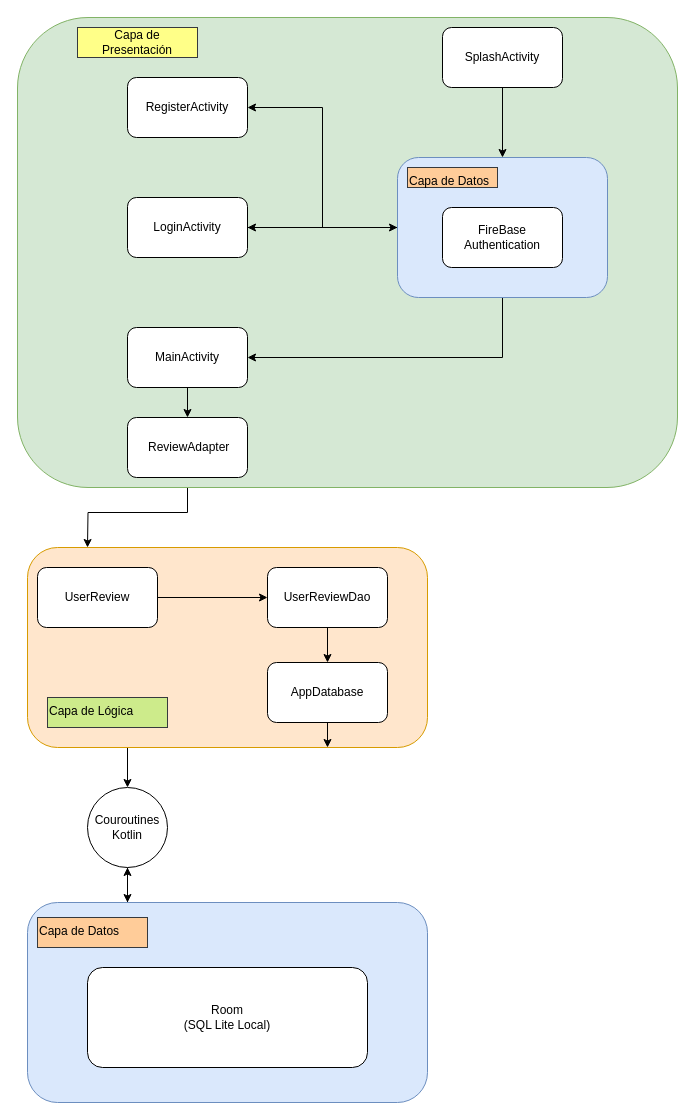
marcosgb9/MyList keeps this draw.io diagram as Diagrama De Clases/Diagrama Arquitectura.drawio. Above is the earlier version. Source tidied: cells renumbered, new cells numbered last; positions are measured from the earlier drawing's top-left corner, leaving out a move shared by most shapes. Both pictures are drawn from the tidied source at 100%, with x=0, y=0 at pixel (17, 17).
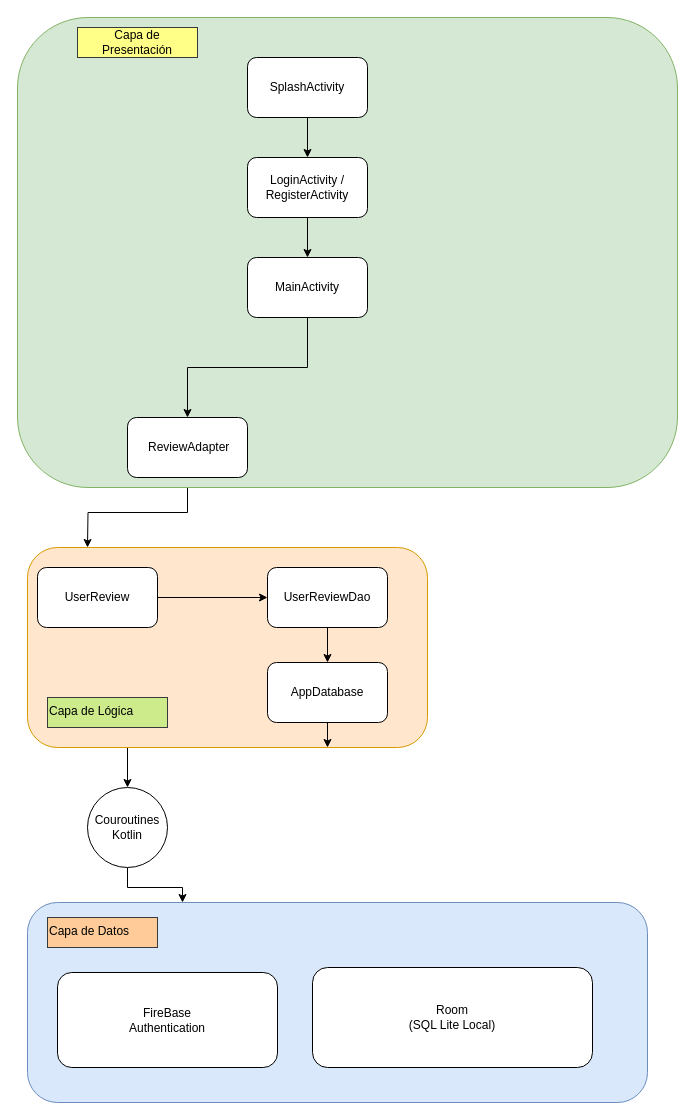
The same diagram, later.

The change refers to these unchanged cells:
```xml
<mxCell id="13" value="Couroutines Kotlin" style="ellipse;whiteSpace=wrap;html=1;" parent="1" vertex="1">
  <mxGeometry x="70" y="770" width="80" height="80" as="geometry" />
</mxCell>
```

The edit, as a diff of the source:
```diff
@@
-    <mxCell id="2" style="edgeStyle=orthogonalEdgeStyle;rounded=0;jettySize=auto;html=1;exitX=0.25;exitY=0;exitDx=0;exitDy=0;entryX=0.5;entryY=1;entryDx=0;entryDy=0;" parent="1" edge="1" source="3" target="13">
-      <mxGeometry relative="1" as="geometry" />
-    </mxCell>
     <mxCell id="3" style="rounded=1;whiteSpace=wrap;html=1;fillColor=#dae8fc;strokeColor=#6c8ebf;" parent="1" vertex="1">
-      <mxGeometry x="10" y="885" width="400" height="200" as="geometry" />
+      <mxGeometry x="10" y="885" width="620" height="200" as="geometry" />
     </mxCell>
@@
     <mxCell id="14" value="Room&lt;div&gt;(SQL Lite Local)&lt;/div&gt;" style="rounded=1;whiteSpace=wrap;html=1;" parent="1" vertex="1">
-      <mxGeometry x="70" y="950" width="280" height="100" as="geometry" />
+      <mxGeometry x="295" y="950" width="280" height="100" as="geometry" />
     </mxCell>
@@
-    <mxCell id="17" style="edgeStyle=orthogonalEdgeStyle;rounded=0;jettySize=auto;html=1;exitX=0.5;exitY=1;exitDx=0;exitDy=0;entryX=0.5;entryY=0;entryDx=0;entryDy=0;" parent="1" edge="1" source="18" target="28">
-      <mxGeometry relative="1" as="geometry" />
-    </mxCell>
+    <mxCell id="34" style="edgeStyle=orthogonalEdgeStyle;rounded=0;jettySize=auto;html=1;exitX=0.5;exitY=1;exitDx=0;exitDy=0;" parent="1" edge="1" source="18" target="24">
+      <mxGeometry relative="1" as="geometry" />
+    </mxCell>
     <mxCell id="18" value="SplashActivity" style="rounded=1;whiteSpace=wrap;html=1;" parent="1" vertex="1">
-      <mxGeometry x="425" y="10" width="120" height="60" as="geometry" />
+      <mxGeometry x="230" y="40" width="120" height="60" as="geometry" />
     </mxCell>
-    <mxCell id="19" value="&lt;div&gt;RegisterActivity&lt;/div&gt;" style="rounded=1;whiteSpace=wrap;html=1;" parent="1" vertex="1">
-      <mxGeometry x="110" y="60" width="120" height="60" as="geometry" />
-    </mxCell>
@@
     <mxCell id="21" value="MainActivity" style="rounded=1;whiteSpace=wrap;html=1;" parent="1" vertex="1">
-      <mxGeometry x="110" y="310" width="120" height="60" as="geometry" />
+      <mxGeometry x="230" y="240" width="120" height="60" as="geometry" />
     </mxCell>
@@
-    <mxCell id="23" style="edgeStyle=orthogonalEdgeStyle;rounded=0;jettySize=auto;html=1;exitX=1;exitY=0.5;exitDx=0;exitDy=0;entryX=0;entryY=0.5;entryDx=0;entryDy=0;" parent="1" edge="1" source="24" target="28">
-      <mxGeometry relative="1" as="geometry" />
-    </mxCell>
+    <mxCell id="35" style="edgeStyle=orthogonalEdgeStyle;rounded=0;jettySize=auto;html=1;exitX=0.5;exitY=1;exitDx=0;exitDy=0;entryX=0.5;entryY=0;entryDx=0;entryDy=0;" parent="1" edge="1" source="24" target="21">
+      <mxGeometry relative="1" as="geometry" />
+    </mxCell>
-    <mxCell id="24" value="LoginActivity" style="rounded=1;whiteSpace=wrap;html=1;" parent="1" vertex="1">
-      <mxGeometry x="110" y="180" width="120" height="60" as="geometry" />
+    <mxCell id="24" value="LoginActivity / RegisterActivity" style="rounded=1;whiteSpace=wrap;html=1;" parent="1" vertex="1">
+      <mxGeometry x="230" y="140" width="120" height="60" as="geometry" />
     </mxCell>
-    <mxCell id="25" style="edgeStyle=orthogonalEdgeStyle;rounded=0;jettySize=auto;html=1;exitX=0.5;exitY=1;exitDx=0;exitDy=0;entryX=1;entryY=0.5;entryDx=0;entryDy=0;" parent="1" edge="1" source="28" target="21">
-      <mxGeometry relative="1" as="geometry" />
-    </mxCell>
-    <mxCell id="26" style="edgeStyle=orthogonalEdgeStyle;rounded=0;jettySize=auto;html=1;exitX=0;exitY=0.5;exitDx=0;exitDy=0;entryX=1;entryY=0.5;entryDx=0;entryDy=0;" parent="1" edge="1" source="28" target="19">
-      <mxGeometry relative="1" as="geometry" />
-    </mxCell>
-    <mxCell id="27" style="edgeStyle=orthogonalEdgeStyle;rounded=0;jettySize=auto;html=1;exitX=0;exitY=0.5;exitDx=0;exitDy=0;entryX=1;entryY=0.5;entryDx=0;entryDy=0;" parent="1" edge="1" source="28" target="24">
-      <mxGeometry relative="1" as="geometry" />
-    </mxCell>
-    <mxCell id="28" style="rounded=1;whiteSpace=wrap;html=1;fillColor=#dae8fc;strokeColor=#6c8ebf;" parent="1" vertex="1">
-      <mxGeometry x="380" y="140" width="210" height="140" as="geometry" />
-    </mxCell>
@@
     <mxCell id="31" value="Capa de Datos" style="text;whiteSpace=wrap;html=1;fillColor=#ffcc99;strokeColor=#36393d;" parent="1" vertex="1">
-      <mxGeometry x="20" y="900" width="110" height="30" as="geometry" />
+      <mxGeometry x="30" y="900" width="110" height="30" as="geometry" />
     </mxCell>
     <mxCell id="32" value="FireBase&lt;div&gt;Authentication&lt;/div&gt;" style="rounded=1;whiteSpace=wrap;html=1;" parent="1" vertex="1">
-      <mxGeometry x="425" y="190" width="120" height="60" as="geometry" />
+      <mxGeometry x="40" y="955" width="220" height="95" as="geometry" />
     </mxCell>
-    <mxCell id="33" value="Capa de Datos" style="text;whiteSpace=wrap;html=1;fillColor=#ffcc99;strokeColor=#36393d;" parent="1" vertex="1">
-      <mxGeometry x="390" y="150" width="90" height="20" as="geometry" />
-    </mxCell>
```
